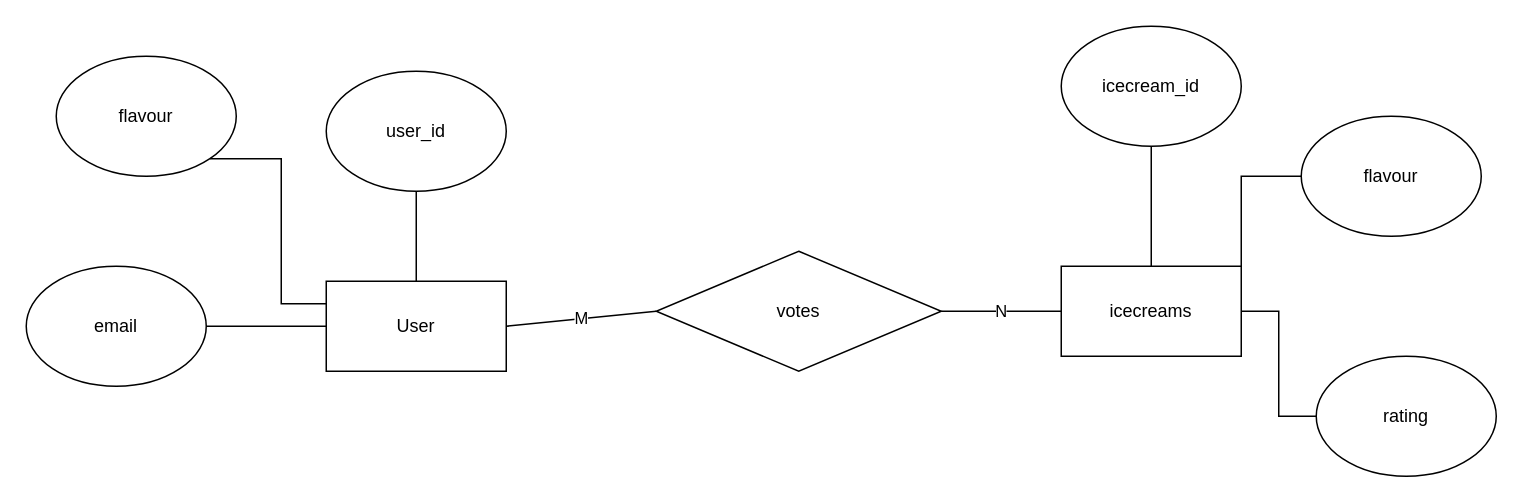
Above: diagram/icecreams.drawio in JoakimVanstrom/cold-and-yammi (draw.io), before the change. Source tidied: cells renumbered, new cells numbered last; positions are measured from the earlier drawing's top-left corner, leaving out a move shared by most shapes. Both pictures are drawn from the tidied source at 150%, with x=0, y=0 at pixel (26, 26).
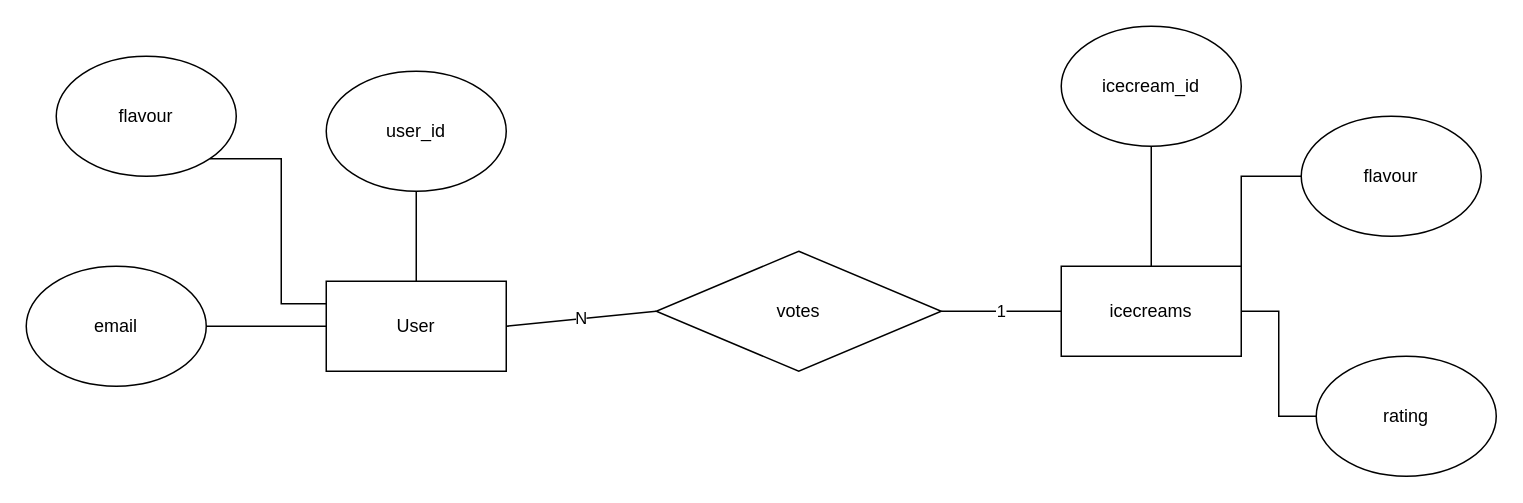
The same page after the edit.

Change to the diagram source:
```diff
@@
 <mxGraphModel>
   <root>
     <mxCell id="0" />
     <mxCell id="1" parent="0" />
-    <mxCell id="2" value="N" style="edgeStyle=orthogonalEdgeStyle;rounded=0;jettySize=auto;html=1;exitX=1;exitY=0.5;exitDx=0;exitDy=0;entryX=0;entryY=0.5;entryDx=0;entryDy=0;endArrow=none;endFill=0;" parent="1" edge="1" source="3" target="6">
+    <mxCell id="2" value="1" style="edgeStyle=orthogonalEdgeStyle;rounded=0;jettySize=auto;html=1;exitX=1;exitY=0.5;exitDx=0;exitDy=0;entryX=0;entryY=0.5;entryDx=0;entryDy=0;endArrow=none;endFill=0;" parent="1" edge="1" source="3" target="6">
       <mxGeometry relative="1" as="geometry" />
     </mxCell>
     <mxCell id="3" value="votes" style="rhombus;whiteSpace=wrap;html=1;" parent="1" vertex="1">
       <mxGeometry x="420" y="150" width="190" height="80" as="geometry" />
     </mxCell>
     <mxCell id="4" style="edgeStyle=orthogonalEdgeStyle;rounded=0;jettySize=auto;html=1;endArrow=none;endFill=0;" parent="1" edge="1" source="5" target="15">
       <mxGeometry relative="1" as="geometry" />
     </mxCell>
     <mxCell id="5" value="User" style="rounded=0;whiteSpace=wrap;html=1;" parent="1" vertex="1">
       <mxGeometry x="200" y="170" width="120" height="60" as="geometry" />
     </mxCell>
     <mxCell id="6" value="icecreams" style="rounded=0;whiteSpace=wrap;html=1;" parent="1" vertex="1">
       <mxGeometry x="690" y="160" width="120" height="60" as="geometry" />
     </mxCell>
     <mxCell id="7" style="edgeStyle=orthogonalEdgeStyle;rounded=0;jettySize=auto;html=1;exitX=0.5;exitY=1;exitDx=0;exitDy=0;entryX=0.5;entryY=0;entryDx=0;entryDy=0;endArrow=none;endFill=0;" parent="1" edge="1" source="8" target="6">
       <mxGeometry relative="1" as="geometry" />
     </mxCell>
     <mxCell id="8" value="icecream_id" style="ellipse;whiteSpace=wrap;html=1;" parent="1" vertex="1">
       <mxGeometry x="690" width="120" height="80" as="geometry" />
     </mxCell>
     <mxCell id="9" style="edgeStyle=orthogonalEdgeStyle;rounded=0;jettySize=auto;html=1;entryX=0.5;entryY=0;entryDx=0;entryDy=0;endArrow=none;endFill=0;" parent="1" edge="1" source="10" target="5">
       <mxGeometry relative="1" as="geometry" />
     </mxCell>
     <mxCell id="10" value="user_id" style="ellipse;whiteSpace=wrap;html=1;" parent="1" vertex="1">
       <mxGeometry x="200" y="30" width="120" height="80" as="geometry" />
     </mxCell>
     <mxCell id="11" style="edgeStyle=orthogonalEdgeStyle;rounded=0;jettySize=auto;html=1;exitX=0;exitY=0.5;exitDx=0;exitDy=0;entryX=1;entryY=0;entryDx=0;entryDy=0;endArrow=none;endFill=0;" parent="1" edge="1" source="12" target="6">
       <mxGeometry relative="1" as="geometry" />
     </mxCell>
     <mxCell id="12" value="flavour" style="ellipse;whiteSpace=wrap;html=1;" parent="1" vertex="1">
       <mxGeometry x="850" y="60" width="120" height="80" as="geometry" />
     </mxCell>
     <mxCell id="13" style="edgeStyle=orthogonalEdgeStyle;rounded=0;jettySize=auto;html=1;exitX=0;exitY=0.5;exitDx=0;exitDy=0;endArrow=none;endFill=0;" parent="1" edge="1" source="14" target="6">
       <mxGeometry relative="1" as="geometry" />
     </mxCell>
     <mxCell id="14" value="rating" style="ellipse;whiteSpace=wrap;html=1;" parent="1" vertex="1">
       <mxGeometry x="860" y="220" width="120" height="80" as="geometry" />
     </mxCell>
     <mxCell id="15" value="email" style="ellipse;whiteSpace=wrap;html=1;" parent="1" vertex="1">
       <mxGeometry y="160" width="120" height="80" as="geometry" />
     </mxCell>
     <mxCell id="16" style="edgeStyle=orthogonalEdgeStyle;rounded=0;jettySize=auto;html=1;exitX=1;exitY=1;exitDx=0;exitDy=0;entryX=0;entryY=0.25;entryDx=0;entryDy=0;endArrow=none;endFill=0;" parent="1" edge="1" source="17" target="5">
       <mxGeometry relative="1" as="geometry" />
     </mxCell>
     <mxCell id="17" value="flavour" style="ellipse;whiteSpace=wrap;html=1;" parent="1" vertex="1">
       <mxGeometry x="20" y="20" width="120" height="80" as="geometry" />
     </mxCell>
-    <mxCell id="18" value="M" style="endArrow=none;html=1;rounded=0;exitX=1;exitY=0.5;exitDx=0;exitDy=0;entryX=0;entryY=0.5;entryDx=0;entryDy=0;" parent="1" edge="1" source="5" target="3">
+    <mxCell id="18" value="N" style="endArrow=none;html=1;rounded=0;exitX=1;exitY=0.5;exitDx=0;exitDy=0;entryX=0;entryY=0.5;entryDx=0;entryDy=0;" parent="1" edge="1" source="5" target="3">
       <mxGeometry relative="1" as="geometry" />
     </mxCell>
   </root>
 </mxGraphModel>
```
